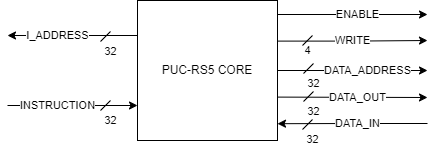
Earlier version of the draw.io export imgs/RS5_MemoryInterface.png (gaph-pucrs/RS5). Source tidied: cells renumbered, new cells last; positions are measured from the earlier drawing's top-left corner, leaving out a move shared by most shapes. The source it was exported from:
```xml
<mxGraphModel>
  <root>
    <mxCell id="0" />
    <mxCell id="1" parent="0" />
    <mxCell id="2" value="I_ADDRESS" style="edgeStyle=orthogonalEdgeStyle;rounded=0;jettySize=auto;html=1;exitX=0;exitY=0.25;exitDx=0;exitDy=0;labelBackgroundColor=default;" parent="1" edge="1" source="6">
      <mxGeometry x="0.23" relative="1" as="geometry">
        <mxPoint y="35" as="targetPoint" />
      </mxGeometry>
    </mxCell>
    <mxCell id="3" value="DATA_ADDRESS" style="edgeStyle=orthogonalEdgeStyle;rounded=0;jettySize=auto;html=1;exitX=1;exitY=0.5;exitDx=0;exitDy=0;exitPerimeter=0;" parent="1" edge="1" source="6">
      <mxGeometry x="0.2" relative="1" as="geometry">
        <mxPoint x="420" y="70" as="targetPoint" />
      </mxGeometry>
    </mxCell>
    <mxCell id="4" value="WRITE" style="edgeStyle=orthogonalEdgeStyle;rounded=0;jettySize=auto;html=1;exitX=1;exitY=0.29;exitDx=0;exitDy=0;exitPerimeter=0;startArrow=none;startFill=0;endArrow=classic;endFill=1;" parent="1" edge="1" source="6">
      <mxGeometry relative="1" as="geometry">
        <mxPoint x="420" y="40" as="targetPoint" />
      </mxGeometry>
    </mxCell>
    <mxCell id="5" value="ENABLE" style="edgeStyle=orthogonalEdgeStyle;rounded=0;jettySize=auto;html=1;exitX=1;exitY=0.1;exitDx=0;exitDy=0;exitPerimeter=0;startArrow=none;startFill=0;endArrow=classic;endFill=1;" parent="1" edge="1" source="6">
      <mxGeometry x="0.07" relative="1" as="geometry">
        <mxPoint x="420" y="14" as="targetPoint" />
      </mxGeometry>
    </mxCell>
    <mxCell id="6" value="PUC-RS5 CORE" style="whiteSpace=wrap;html=1;align=center;points=[[0,0,0,0,0],[0,0.25,0,0,0],[0,0.5,0,0,0],[0,0.75,0,0,0],[0,1,0,0,0],[0.25,0,0,0,0],[0.25,1,0,0,0],[0.5,0,0,0,0],[0.5,1,0,0,0],[0.75,0,0,0,0],[0.75,1,0,0,0],[1,0.1,0,0,0],[1,0.29,0,0,0],[1,0.5,0,0,0],[1,0.69,0,0,0],[1,0.88,0,0,0],[1,1,0,0,0]];" parent="1" vertex="1">
      <mxGeometry x="130" width="140" height="140" as="geometry" />
    </mxCell>
    <mxCell id="7" value="DATA_IN" style="endArrow=classic;html=1;rounded=0;entryX=1;entryY=0.88;entryDx=0;entryDy=0;entryPerimeter=0;edgeStyle=orthogonalEdgeStyle;labelBackgroundColor=default;" parent="1" edge="1" target="6">
      <mxGeometry x="-0.07" relative="1" as="geometry">
        <mxPoint x="420" y="123" as="sourcePoint" />
      </mxGeometry>
    </mxCell>
    <mxCell id="8" value="INSTRUCTION" style="endArrow=classic;html=1;rounded=0;entryX=0;entryY=0.75;entryDx=0;entryDy=0;edgeStyle=orthogonalEdgeStyle;labelBackgroundColor=default;" parent="1" edge="1" target="6">
      <mxGeometry x="-0.23" relative="1" as="geometry">
        <mxPoint y="105" as="sourcePoint" />
      </mxGeometry>
    </mxCell>
    <mxCell id="9" value="DATA_OUT" style="rounded=0;jettySize=auto;html=1;exitX=1;exitY=0.69;exitDx=0;exitDy=0;exitPerimeter=0;" parent="1" edge="1" source="6">
      <mxGeometry x="0.07" relative="1" as="geometry">
        <mxPoint x="420" y="97" as="targetPoint" />
      </mxGeometry>
    </mxCell>
    <mxCell id="10" value="32" style="endArrow=none;html=1;rounded=0;labelBackgroundColor=none;" parent="1" edge="1">
      <mxGeometry x="-1" y="-14" relative="1" as="geometry">
        <mxPoint x="93" y="110" as="sourcePoint" />
        <mxPoint x="103" y="100" as="targetPoint" />
      </mxGeometry>
    </mxCell>
    <mxCell id="11" value="32" style="endArrow=none;html=1;rounded=0;labelBackgroundColor=none;" parent="1" edge="1">
      <mxGeometry x="-1" y="-14" relative="1" as="geometry">
        <mxPoint x="93" y="41" as="sourcePoint" />
        <mxPoint x="103" y="31" as="targetPoint" />
      </mxGeometry>
    </mxCell>
    <mxCell id="12" value="32" style="endArrow=none;html=1;rounded=0;labelBackgroundColor=none;" parent="1" edge="1">
      <mxGeometry x="-1" y="-14" relative="1" as="geometry">
        <mxPoint x="295" y="129" as="sourcePoint" />
        <mxPoint x="305" y="119" as="targetPoint" />
      </mxGeometry>
    </mxCell>
    <mxCell id="13" value="32" style="endArrow=none;html=1;rounded=0;labelBackgroundColor=none;" parent="1" edge="1">
      <mxGeometry x="-1" y="-14" relative="1" as="geometry">
        <mxPoint x="296" y="101" as="sourcePoint" />
        <mxPoint x="306" y="91" as="targetPoint" />
      </mxGeometry>
    </mxCell>
    <mxCell id="14" value="32" style="endArrow=none;html=1;rounded=0;labelBackgroundColor=none;" parent="1" edge="1">
      <mxGeometry x="-1" y="-14" relative="1" as="geometry">
        <mxPoint x="296" y="73" as="sourcePoint" />
        <mxPoint x="306" y="63" as="targetPoint" />
      </mxGeometry>
    </mxCell>
    <mxCell id="15" value="4" style="endArrow=none;html=1;rounded=0;labelBackgroundColor=none;" parent="1" edge="1">
      <mxGeometry x="-1" y="-7" relative="1" as="geometry">
        <mxPoint x="295" y="45" as="sourcePoint" />
        <mxPoint x="305" y="35" as="targetPoint" />
      </mxGeometry>
    </mxCell>
  </root>
</mxGraphModel>
```
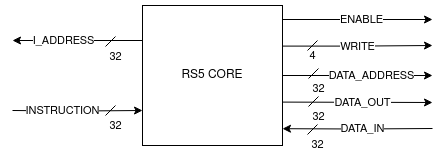
Later version of the same file.

Commit message:
Renamed core in images and path in readme.

What changed in the source:
```diff
@@ -22,7 +22,7 @@
         <mxPoint x="420" y="14" as="targetPoint" />
       </mxGeometry>
     </mxCell>
-    <mxCell id="6" value="PUC-RS5 CORE" style="whiteSpace=wrap;html=1;align=center;points=[[0,0,0,0,0],[0,0.25,0,0,0],[0,0.5,0,0,0],[0,0.75,0,0,0],[0,1,0,0,0],[0.25,0,0,0,0],[0.25,1,0,0,0],[0.5,0,0,0,0],[0.5,1,0,0,0],[0.75,0,0,0,0],[0.75,1,0,0,0],[1,0.1,0,0,0],[1,0.29,0,0,0],[1,0.5,0,0,0],[1,0.69,0,0,0],[1,0.88,0,0,0],[1,1,0,0,0]];" parent="1" vertex="1">
+    <mxCell id="6" value="RS5 CORE" style="whiteSpace=wrap;html=1;align=center;points=[[0,0,0,0,0],[0,0.25,0,0,0],[0,0.5,0,0,0],[0,0.75,0,0,0],[0,1,0,0,0],[0.25,0,0,0,0],[0.25,1,0,0,0],[0.5,0,0,0,0],[0.5,1,0,0,0],[0.75,0,0,0,0],[0.75,1,0,0,0],[1,0.1,0,0,0],[1,0.29,0,0,0],[1,0.5,0,0,0],[1,0.69,0,0,0],[1,0.88,0,0,0],[1,1,0,0,0]];" parent="1" vertex="1">
       <mxGeometry x="130" width="140" height="140" as="geometry" />
     </mxCell>
     <mxCell id="7" value="DATA_IN" style="endArrow=classic;html=1;rounded=0;entryX=1;entryY=0.88;entryDx=0;entryDy=0;entryPerimeter=0;edgeStyle=orthogonalEdgeStyle;labelBackgroundColor=default;" parent="1" edge="1" target="6">
```
